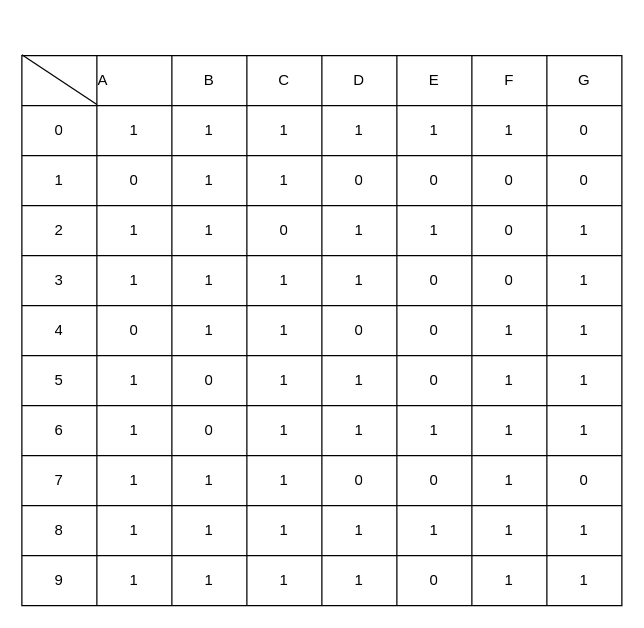
Earlier version of the draw.io diagram SevenSegment.drawio (JangHyeongJun-0523/IoT_Project). Source tidied: cells renumbered, new cells numbered last; positions are measured from the earlier drawing's top-left corner, leaving out a move shared by most shapes. Both pictures are drawn from the tidied source at 125%, with x=0, y=0 at pixel (21, 55).
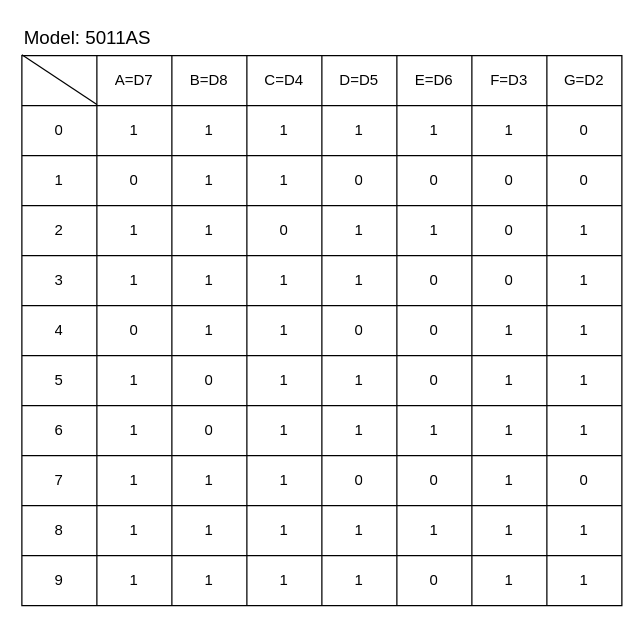
The same page after the edit.

The change refers to these unchanged cells:
```xml
<mxCell id="3" style="shape=tableRow;horizontal=0;startSize=0;swimlaneHead=0;swimlaneBody=0;strokeColor=inherit;top=0;left=0;bottom=0;right=0;fillColor=none;points=[[0,0.5],[1,0.5]];portConstraint=eastwest;" parent="2" vertex="1">
  <mxGeometry width="480" height="40" as="geometry" />
</mxCell>
```

Diff of the diagram source:
```diff
@@
-    <mxCell id="5" value="A&lt;span style=&quot;white-space: pre;&quot;&gt;&#9;&lt;/span&gt;&lt;span style=&quot;white-space: pre;&quot;&gt;&#9;&lt;/span&gt;&lt;span style=&quot;white-space: pre;&quot;&gt;&#9;&lt;/span&gt;" style="shape=partialRectangle;html=1;whiteSpace=wrap;strokeColor=inherit;overflow=hidden;fillColor=none;top=0;left=0;bottom=0;right=0;" parent="3" vertex="1">
+    <mxCell id="5" value="A=D7" style="shape=partialRectangle;html=1;whiteSpace=wrap;strokeColor=inherit;overflow=hidden;fillColor=none;top=0;left=0;bottom=0;right=0;" parent="3" vertex="1">
       <mxGeometry x="60" width="60" height="40" as="geometry" />
     </mxCell>
-    <mxCell id="6" value="B" style="shape=partialRectangle;html=1;whiteSpace=wrap;strokeColor=inherit;overflow=hidden;fillColor=none;top=0;left=0;bottom=0;right=0;" parent="3" vertex="1">
+    <mxCell id="6" value="B=D8" style="shape=partialRectangle;html=1;whiteSpace=wrap;strokeColor=inherit;overflow=hidden;fillColor=none;top=0;left=0;bottom=0;right=0;" parent="3" vertex="1">
       <mxGeometry x="120" width="60" height="40" as="geometry" />
     </mxCell>
-    <mxCell id="7" value="C" style="shape=partialRectangle;html=1;whiteSpace=wrap;strokeColor=inherit;overflow=hidden;fillColor=none;top=0;left=0;bottom=0;right=0;" parent="3" vertex="1">
+    <mxCell id="7" value="C=D4" style="shape=partialRectangle;html=1;whiteSpace=wrap;strokeColor=inherit;overflow=hidden;fillColor=none;top=0;left=0;bottom=0;right=0;" parent="3" vertex="1">
       <mxGeometry x="180" width="60" height="40" as="geometry" />
     </mxCell>
-    <mxCell id="8" value="D" style="shape=partialRectangle;html=1;whiteSpace=wrap;strokeColor=inherit;overflow=hidden;fillColor=none;top=0;left=0;bottom=0;right=0;" parent="3" vertex="1">
+    <mxCell id="8" value="D=D5" style="shape=partialRectangle;html=1;whiteSpace=wrap;strokeColor=inherit;overflow=hidden;fillColor=none;top=0;left=0;bottom=0;right=0;" parent="3" vertex="1">
       <mxGeometry x="240" width="60" height="40" as="geometry" />
     </mxCell>
-    <mxCell id="9" value="E" style="shape=partialRectangle;html=1;whiteSpace=wrap;strokeColor=inherit;overflow=hidden;fillColor=none;top=0;left=0;bottom=0;right=0;" parent="3" vertex="1">
+    <mxCell id="9" value="E=D6" style="shape=partialRectangle;html=1;whiteSpace=wrap;strokeColor=inherit;overflow=hidden;fillColor=none;top=0;left=0;bottom=0;right=0;" parent="3" vertex="1">
       <mxGeometry x="300" width="60" height="40" as="geometry" />
     </mxCell>
-    <mxCell id="10" value="F" style="shape=partialRectangle;html=1;whiteSpace=wrap;strokeColor=inherit;overflow=hidden;fillColor=none;top=0;left=0;bottom=0;right=0;" parent="3" vertex="1">
+    <mxCell id="10" value="F=D3" style="shape=partialRectangle;html=1;whiteSpace=wrap;strokeColor=inherit;overflow=hidden;fillColor=none;top=0;left=0;bottom=0;right=0;" parent="3" vertex="1">
       <mxGeometry x="360" width="60" height="40" as="geometry" />
     </mxCell>
-    <mxCell id="11" value="G" style="shape=partialRectangle;html=1;whiteSpace=wrap;strokeColor=inherit;overflow=hidden;fillColor=none;top=0;left=0;bottom=0;right=0;" parent="3" vertex="1">
+    <mxCell id="11" value="G=D2" style="shape=partialRectangle;html=1;whiteSpace=wrap;strokeColor=inherit;overflow=hidden;fillColor=none;top=0;left=0;bottom=0;right=0;" parent="3" vertex="1">
       <mxGeometry x="420" width="60" height="40" as="geometry" />
     </mxCell>
@@
+    <mxCell id="103" value="&lt;font style=&quot;font-size: 15px;&quot;&gt;Model: 5011AS&lt;/font&gt;" style="text;html=1;align=left;verticalAlign=middle;whiteSpace=wrap;rounded=0;" parent="1" vertex="1">
+      <mxGeometry y="-27" width="282" height="24" as="geometry" />
+    </mxCell>
```
